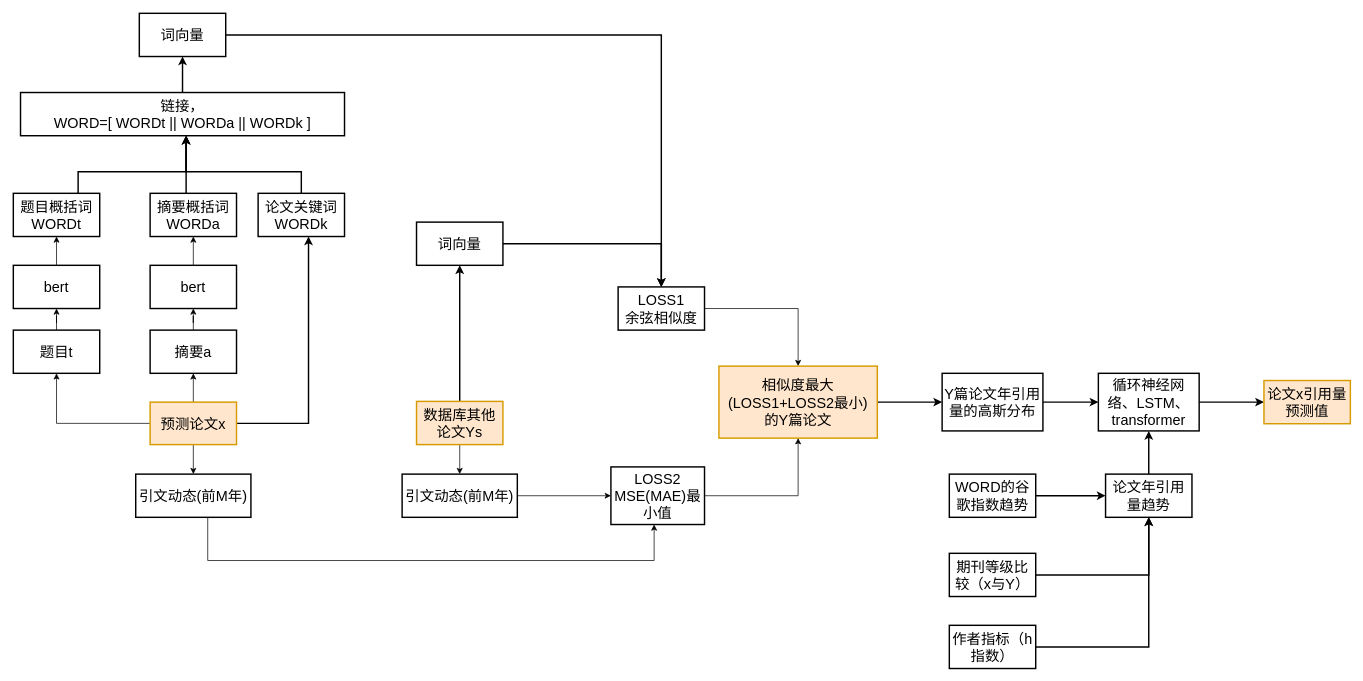
Above: 未命名绘图.drawio in JiangLb159/- (draw.io), before the change. Source tidied: cells renumbered, new cells numbered last; positions are measured from the earlier drawing's top-left corner, leaving out a move shared by most shapes. Both pictures are drawn from the tidied source at 72%, with x=0, y=0 at pixel (13, 13).
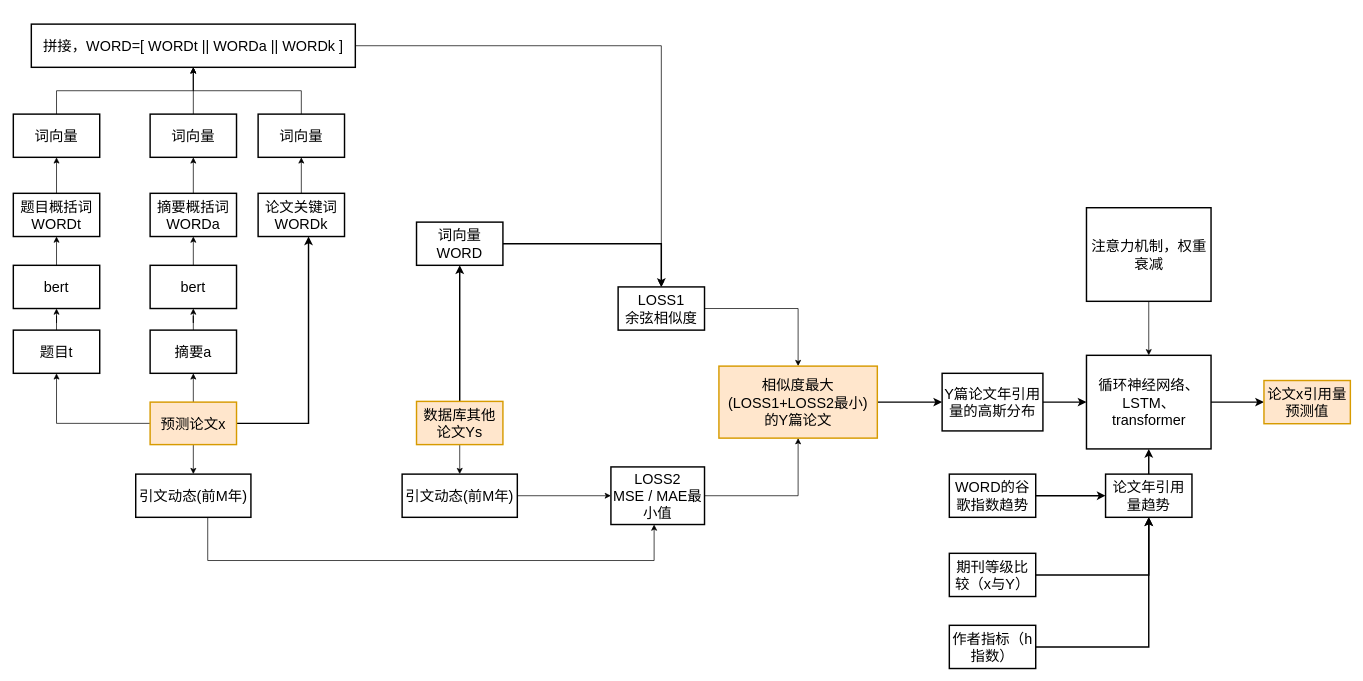
The same diagram, later.

Commit message:
更新未命名绘图.drawio

Unchanged cells that the change refers to:
```xml
<mxCell id="8" value="题目概括词&lt;br style=&quot;font-size: 20px;&quot;&gt;WORDt" style="whiteSpace=wrap;html=1;rounded=0;fontSize=20;strokeWidth=2;" parent="1" vertex="1">
  <mxGeometry y="250" width="120" height="60" as="geometry" />
</mxCell>
<mxCell id="10" value="摘要概括词&lt;br&gt;WORDa" style="whiteSpace=wrap;html=1;rounded=0;fontSize=20;strokeWidth=2;" parent="1" vertex="1">
  <mxGeometry x="190" y="250" width="120" height="60" as="geometry" />
</mxCell>
<mxCell id="12" value="论文关键词&lt;br&gt;WORDk" style="whiteSpace=wrap;html=1;rounded=0;fontSize=20;strokeWidth=2;" parent="1" vertex="1">
  <mxGeometry x="340" y="250" width="120" height="60" as="geometry" />
</mxCell>
<mxCell id="23" value="LOSS1&lt;br&gt;余弦相似度" style="whiteSpace=wrap;html=1;fontSize=20;rounded=0;strokeWidth=2;" parent="1" vertex="1">
  <mxGeometry x="840" y="380" width="120" height="60" as="geometry" />
</mxCell>
```

What changed in the source:
```diff
@@
-    <mxCell id="7" style="edgeStyle=orthogonalEdgeStyle;rounded=0;jettySize=auto;html=1;strokeWidth=2;fontSize=20;" parent="1" edge="1" source="8" target="14">
-      <mxGeometry relative="1" as="geometry">
-        <Array as="points">
-          <mxPoint x="90" y="220" />
-          <mxPoint x="240" y="220" />
-        </Array>
-      </mxGeometry>
-    </mxCell>
+    <mxCell id="53" style="edgeStyle=orthogonalEdgeStyle;rounded=0;jettySize=auto;html=1;" parent="1" edge="1" source="8" target="16">
+      <mxGeometry relative="1" as="geometry" />
+    </mxCell>
@@
-    <mxCell id="9" style="edgeStyle=orthogonalEdgeStyle;rounded=0;jettySize=auto;html=1;strokeWidth=2;fontSize=20;" parent="1" edge="1" source="10" target="14">
-      <mxGeometry relative="1" as="geometry">
-        <Array as="points">
-          <mxPoint x="240" y="240" />
-          <mxPoint x="240" y="240" />
-        </Array>
-      </mxGeometry>
-    </mxCell>
+    <mxCell id="54" style="edgeStyle=orthogonalEdgeStyle;rounded=0;jettySize=auto;html=1;" parent="1" edge="1" source="10" target="59">
+      <mxGeometry relative="1" as="geometry" />
+    </mxCell>
@@
-    <mxCell id="11" style="edgeStyle=orthogonalEdgeStyle;rounded=0;jettySize=auto;html=1;strokeWidth=2;fontSize=20;" parent="1" edge="1" source="12" target="14">
-      <mxGeometry relative="1" as="geometry">
-        <Array as="points">
-          <mxPoint x="400" y="220" />
-          <mxPoint x="240" y="220" />
-        </Array>
-      </mxGeometry>
-    </mxCell>
+    <mxCell id="55" style="edgeStyle=orthogonalEdgeStyle;rounded=0;jettySize=auto;html=1;" parent="1" edge="1" source="12" target="61">
+      <mxGeometry relative="1" as="geometry" />
+    </mxCell>
@@
-    <mxCell id="13" style="edgeStyle=orthogonalEdgeStyle;rounded=0;jettySize=auto;html=1;strokeWidth=2;fontSize=20;" parent="1" edge="1" source="14" target="16">
-      <mxGeometry relative="1" as="geometry" />
-    </mxCell>
+    <mxCell id="56" style="edgeStyle=orthogonalEdgeStyle;rounded=0;jettySize=auto;html=1;" parent="1" edge="1" source="14" target="23">
+      <mxGeometry relative="1" as="geometry" />
+    </mxCell>
-    <mxCell id="14" value="链接，&lt;br&gt;WORD=[ WORDt || WORDa || WORDk ]" style="whiteSpace=wrap;html=1;fontSize=20;rounded=0;strokeWidth=2;" parent="1" vertex="1">
-      <mxGeometry x="10" y="110" width="450" height="60" as="geometry" />
+    <mxCell id="14" value="拼接，WORD=[ WORDt || WORDa || WORDk ]" style="whiteSpace=wrap;html=1;fontSize=20;rounded=0;strokeWidth=2;" parent="1" vertex="1">
+      <mxGeometry x="25" y="15" width="450" height="60" as="geometry" />
     </mxCell>
-    <mxCell id="15" style="edgeStyle=orthogonalEdgeStyle;rounded=0;jettySize=auto;html=1;strokeWidth=2;fontSize=20;" parent="1" edge="1" source="16" target="23">
-      <mxGeometry relative="1" as="geometry" />
-    </mxCell>
+    <mxCell id="57" style="edgeStyle=orthogonalEdgeStyle;rounded=0;jettySize=auto;html=1;" parent="1" edge="1" source="16" target="14">
+      <mxGeometry relative="1" as="geometry" />
+    </mxCell>
     <mxCell id="16" value="词向量" style="whiteSpace=wrap;html=1;fontSize=20;rounded=0;strokeWidth=2;" parent="1" vertex="1">
-      <mxGeometry x="175" width="120" height="60" as="geometry" />
+      <mxGeometry y="140" width="120" height="60" as="geometry" />
     </mxCell>
@@
-    <mxCell id="21" value="词向量" style="rounded=0;whiteSpace=wrap;html=1;strokeWidth=2;fontSize=20;" parent="1" vertex="1">
+    <mxCell id="21" value="词向量WORD" style="rounded=0;whiteSpace=wrap;html=1;strokeWidth=2;fontSize=20;" parent="1" vertex="1">
       <mxGeometry x="560" y="290" width="120" height="60" as="geometry" />
     </mxCell>
@@
     <mxCell id="37" value="循环神经网络、LSTM、transformer" style="whiteSpace=wrap;html=1;fontSize=20;rounded=0;strokeWidth=2;" parent="1" vertex="1">
-      <mxGeometry x="1507" y="500" width="140" height="80" as="geometry" />
+      <mxGeometry x="1490.5" y="475" width="173" height="130" as="geometry" />
     </mxCell>
@@
-    <mxCell id="44" value="LOSS2&lt;br&gt;MSE(MAE)最小值" style="whiteSpace=wrap;html=1;fontSize=20;rounded=0;strokeWidth=2;" parent="1" vertex="1">
+    <mxCell id="44" value="LOSS2&lt;br&gt;MSE / MAE最小值" style="whiteSpace=wrap;html=1;fontSize=20;rounded=0;strokeWidth=2;" parent="1" vertex="1">
       <mxGeometry x="830" y="630" width="130" height="80" as="geometry" />
     </mxCell>
@@
+    <mxCell id="58" style="edgeStyle=orthogonalEdgeStyle;rounded=0;jettySize=auto;html=1;entryX=0.5;entryY=1;entryDx=0;entryDy=0;" parent="1" edge="1" source="59" target="14">
+      <mxGeometry relative="1" as="geometry" />
+    </mxCell>
+    <mxCell id="59" value="词向量" style="whiteSpace=wrap;html=1;fontSize=20;rounded=0;strokeWidth=2;" parent="1" vertex="1">
+      <mxGeometry x="190" y="140" width="120" height="60" as="geometry" />
+    </mxCell>
+    <mxCell id="60" style="edgeStyle=orthogonalEdgeStyle;rounded=0;jettySize=auto;html=1;entryX=0.5;entryY=1;entryDx=0;entryDy=0;" parent="1" edge="1" source="61" target="14">
+      <mxGeometry relative="1" as="geometry" />
+    </mxCell>
+    <mxCell id="61" value="词向量" style="whiteSpace=wrap;html=1;fontSize=20;rounded=0;strokeWidth=2;" parent="1" vertex="1">
+      <mxGeometry x="340" y="140" width="120" height="60" as="geometry" />
+    </mxCell>
+    <mxCell id="62" style="edgeStyle=orthogonalEdgeStyle;rounded=0;jettySize=auto;html=1;" parent="1" edge="1" source="63" target="37">
+      <mxGeometry relative="1" as="geometry" />
+    </mxCell>
+    <mxCell id="63" value="注意力机制，权重衰减" style="whiteSpace=wrap;html=1;fontSize=20;rounded=0;strokeWidth=2;" parent="1" vertex="1">
+      <mxGeometry x="1490.5" y="270" width="173" height="130" as="geometry" />
+    </mxCell>
```
